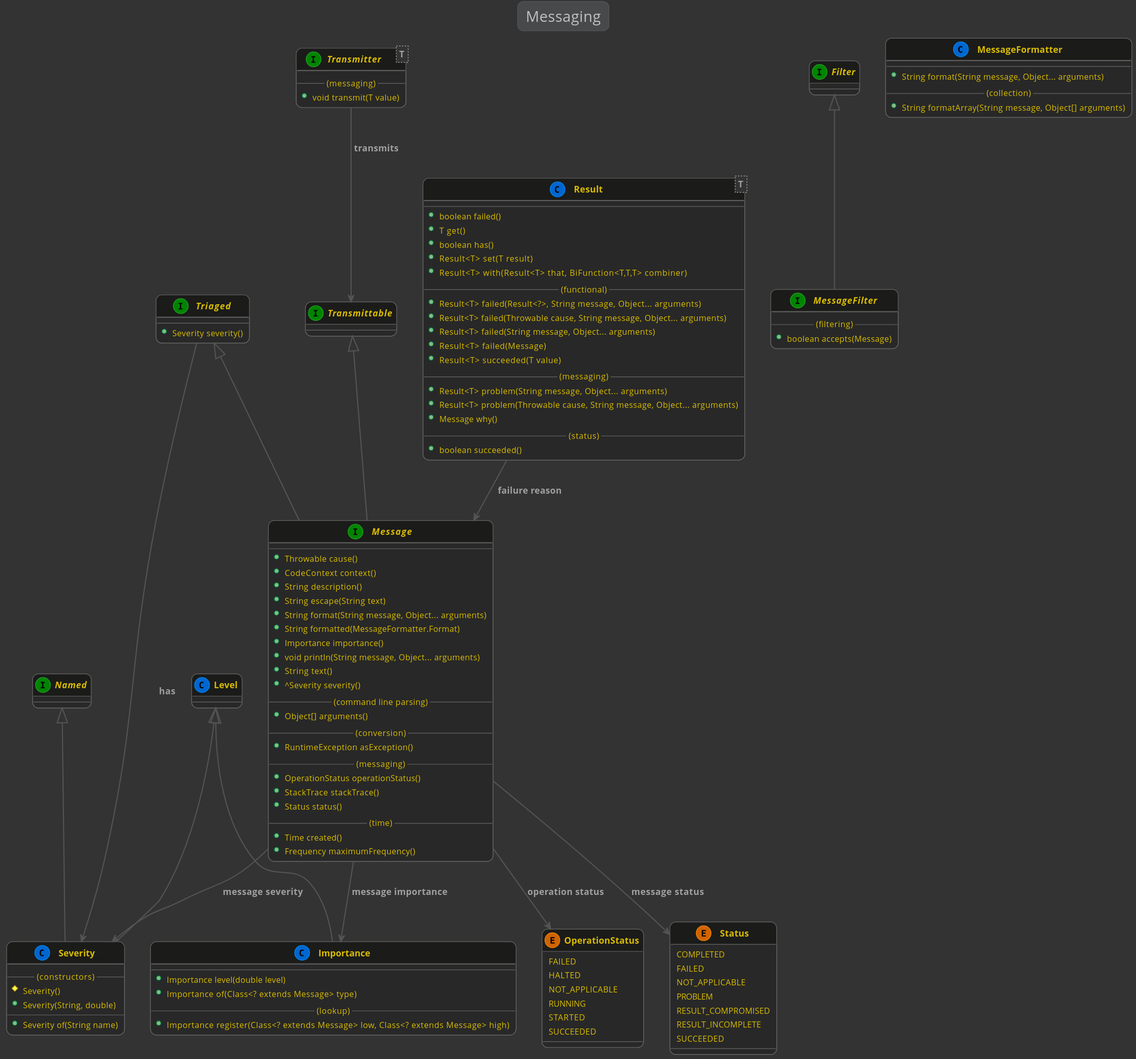
The PlantUML diagram kivakit-core/kernel/documentation/diagrams/diagram-messaging.svg in Telenav/kivakit, before a commit. The source it was exported from:
```plantuml
@startuml

    !include ../lexakai/lexakai.theme

    title "Messaging"

    interface Named

    Level <|-- Importance
    class Importance
    {
        --
        +Importance level(double level)
        +Importance of(Class<? extends Message> type)
        --(lookup)--
        +Importance register(Class<? extends Message> low, Class<? extends Message> high)
    }

    interface Transmittable
    interface Triaged
    Transmittable <|-- Message
    Triaged <|-- Message
    Message --> Importance : "message importance"
    Message --> Message.OperationStatus : "operation status"
    Message --> Severity : "message severity"
    Message --> Message.Status : "message status"
    interface Message
    {
        --
        +Throwable cause()
        +CodeContext context()
        +String description()
        +String escape(String text)
        +String format(String message, Object... arguments)
        +String formatted(MessageFormatter.Format)
        +Importance importance()
        +void println(String message, Object... arguments)
        +String text()
        +^Severity severity()
        --(command line parsing)--
        +Object[] arguments()
        --(conversion)--
        +RuntimeException asException()
        --(messaging)--
        +OperationStatus operationStatus()
        +StackTrace stackTrace()
        +Status status()
        --(time)--
        +Time created()
        +Frequency maximumFrequency()
    }

    interface Filter
    Filter <|-- MessageFilter
    interface MessageFilter
    {
        --(filtering)--
        +boolean accepts(Message)
    }

    class MessageFormatter
    {
        --
        +String format(String message, Object... arguments)
        --(collection)--
        +String formatArray(String message, Object[] arguments)
    }

    enum Message.OperationStatus
    {
        FAILED
        HALTED
        NOT_APPLICABLE
        RUNNING
        STARTED
        SUCCEEDED
    }

    Result --> Message : "failure reason"
    class Result<T>
    {
        --
        +boolean failed()
        +T get()
        +boolean has()
        +Result<T> set(T result)
        +Result<T> with(Result<T> that, BiFunction<T,T,T> combiner)
        --(functional)--
        +Result<T> failed(Result<?>, String message, Object... arguments)
        +Result<T> failed(Throwable cause, String message, Object... arguments)
        +Result<T> failed(String message, Object... arguments)
        +Result<T> failed(Message)
        +Result<T> succeeded(T value)
        --(messaging)--
        +Result<T> problem(String message, Object... arguments)
        +Result<T> problem(Throwable cause, String message, Object... arguments)
        +Message why()
        --(status)--
        +boolean succeeded()
    }

    Level <|-- Severity
    Named <|-- Severity
    class Severity
    {
        --(constructors)--
        #Severity()
        +Severity(String, double)
        --
        +Severity of(String name)
    }

    enum Message.Status
    {
        COMPLETED
        FAILED
        NOT_APPLICABLE
        PROBLEM
        RESULT_COMPROMISED
        RESULT_INCOMPLETE
        SUCCEEDED
    }

    interface Transmittable
    {
    }

    Transmitter --> Transmittable : "transmits"
    interface Transmitter<T>
    {
        --(messaging)--
        +void transmit(T value)
    }

    Triaged --> Severity : "has"
    interface Triaged
    {
        --
        +Severity severity()
    }

@enduml
```
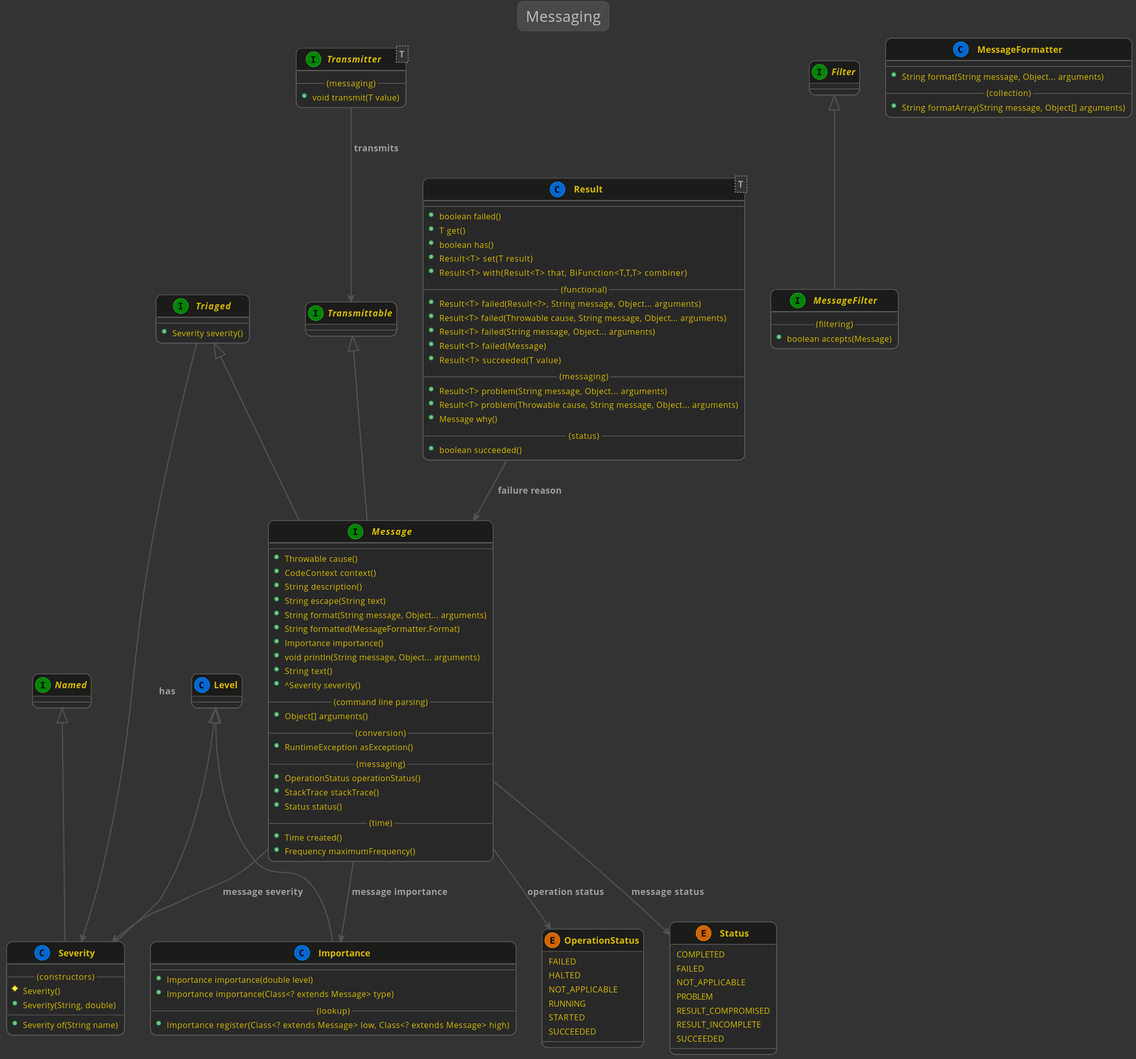
After the change.

Diff of the diagram source:
```diff
@@ -10,8 +10,8 @@
     class Importance
     {
         --
-        +Importance level(double level)
-        +Importance of(Class<? extends Message> type)
+        +Importance importance(double level)
+        +Importance importance(Class<? extends Message> type)
         --(lookup)--
         +Importance register(Class<? extends Message> low, Class<? extends Message> high)
     }
```
